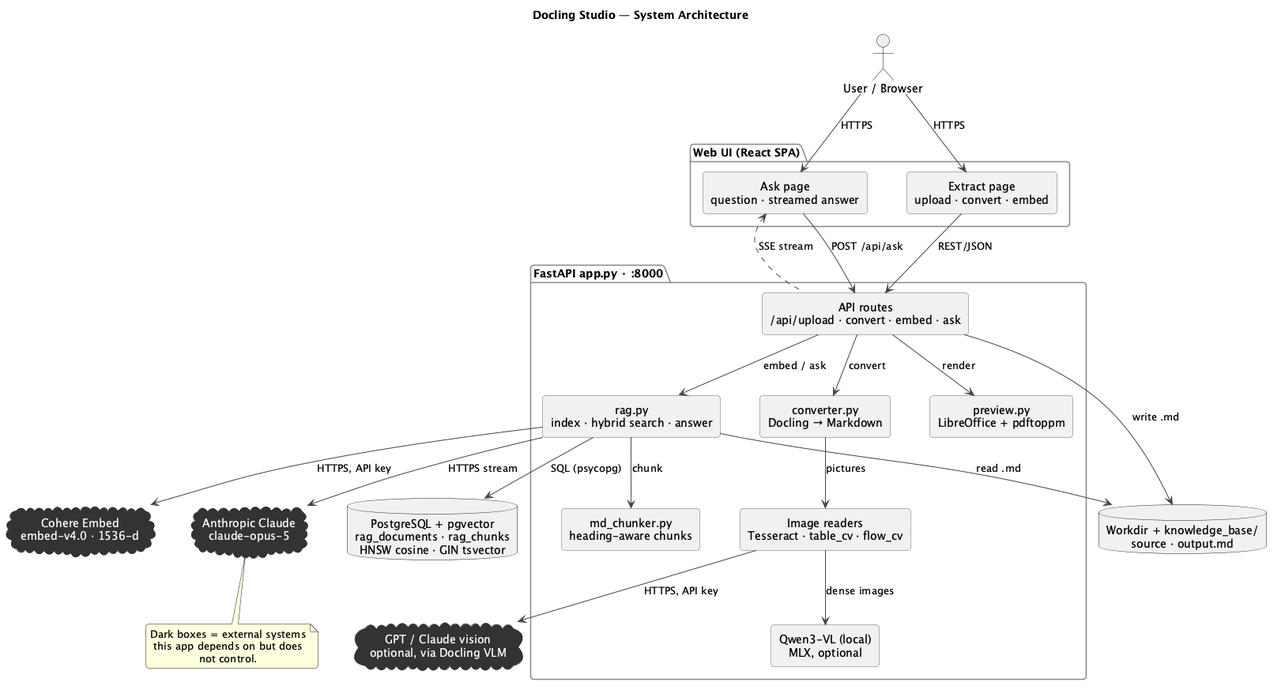
This is docs/system-diagram.png from spalanivelu1989/docling-studio, a PlantUML export, as it was before one commit.
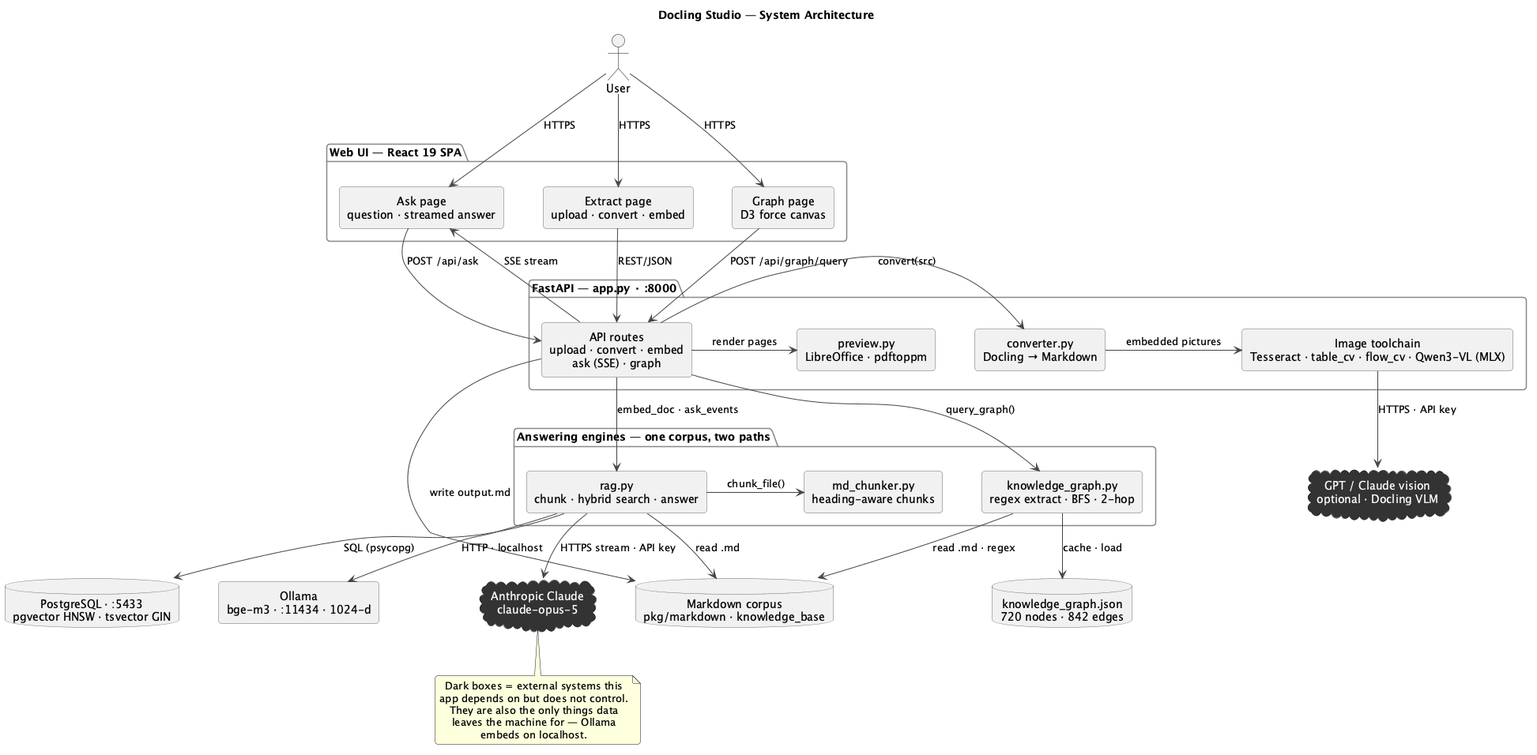
Later version of the same file.

Diff of the diagram source:
```diff
@@ -15,60 +15,78 @@
   FontColor #FFFFFF
   BorderColor #111111
 }
+skinparam database {
+  BorderColor #666666
+}
 skinparam package {
   BorderColor #888888
   FontStyle bold
 }
 skinparam ArrowColor #444444
 
-actor "User / Browser" as User
+actor "User" as User
 
-package "Web UI (React SPA)" {
-  rectangle "Extract page\nupload · convert · embed" as Extract
-  rectangle "Ask page\nquestion · streamed answer" as Ask
+package "Web UI — React 19 SPA" {
+  rectangle "Extract page\nupload · convert · embed" as EXTRACT
+  rectangle "Ask page\nquestion · streamed answer" as ASK
+  rectangle "Graph page\nD3 force canvas" as GRAPHUI
 }
 
-package "FastAPI app.py · :8000" {
-  rectangle "API routes\n/api/upload · convert · embed · ask" as API
-  rectangle "preview.py\nLibreOffice + pdftoppm" as Preview
-  rectangle "converter.py\nDocling → Markdown" as Converter
-  rectangle "Image readers\nTesseract · table_cv · flow_cv" as Readers
-  rectangle "Qwen3-VL (local)\nMLX, optional" as Qwen
-  rectangle "rag.py\nindex · hybrid search · answer" as RAG
-  rectangle "md_chunker.py\nheading-aware chunks" as Chunker
+package "FastAPI — app.py · :8000" {
+  rectangle "API routes\nupload · convert · embed\nask (SSE) · graph" as API
+  rectangle "preview.py\nLibreOffice · pdftoppm" as PREVIEW
+  rectangle "converter.py\nDocling → Markdown" as CONV
+  rectangle "Image toolchain\nTesseract · table_cv · flow_cv · Qwen3-VL (MLX)" as READ
 }
 
-database "Workdir + knowledge_base/\nsource · output.md" as Files
-database "PostgreSQL + pgvector\nrag_documents · rag_chunks\nHNSW cosine · GIN tsvector" as PG
+package "Answering engines — one corpus, two paths" {
+  rectangle "rag.py\nchunk · hybrid search · answer" as RAG
+  rectangle "md_chunker.py\nheading-aware chunks" as CHUNK
+  rectangle "knowledge_graph.py\nregex extract · BFS · 2-hop" as KG
+}
 
-cloud "GPT / Claude vision\noptional, via Docling VLM" as VLM
-cloud "Cohere Embed\nembed-v4.0 · 1536-d" as Cohere
-cloud "Anthropic Claude\nclaude-opus-5" as Claude
+database "Markdown corpus\npkg/markdown · knowledge_base" as FILES
+database "PostgreSQL · :5433\npgvector HNSW · tsvector GIN" as PG
+database "knowledge_graph.json\n720 nodes · 842 edges" as KGJSON
 
-User -down-> Extract : HTTPS
-User -down-> Ask : HTTPS
-Extract -down-> API : REST/JSON
-Ask -down-> API : POST /api/ask
-API .up.> Ask : SSE stream
+rectangle "Ollama\nbge-m3 · :11434 · 1024-d" as OLLAMA
 
-API -down-> Preview : render
-API -down-> Converter : convert
-Converter -down-> Readers : pictures
-Readers -down-> Qwen : dense images
-Readers -down-> VLM : HTTPS, API key
-API -down-> Files : write .md
+cloud "Anthropic Claude\nclaude-opus-5" as CLAUDE
+cloud "GPT / Claude vision\noptional · Docling VLM" as VLM
 
-API -down-> RAG : embed / ask
-RAG -down-> Files : read .md
-RAG -down-> Chunker : chunk
-RAG -down-> Cohere : HTTPS, API key
+User -down-> EXTRACT : HTTPS
+User -down-> ASK : HTTPS
+User -down-> GRAPHUI : HTTPS
+
+EXTRACT -down-> API : REST/JSON
+ASK -down-> API : POST /api/ask
+API -up-> ASK : SSE stream
+GRAPHUI -down-> API : POST /api/graph/query
+
+API -right-> PREVIEW : render pages
+API -right-> CONV : convert(src)
+CONV -right-> READ : embedded pictures
+READ -down-> VLM : HTTPS · API key
+API -down-> FILES : write output.md
+
+API -down-> RAG : embed_doc · ask_events
+API -down-> KG : query_graph()
+
+RAG -right-> CHUNK : chunk_file()
+RAG -down-> FILES : read .md
+RAG -down-> OLLAMA : HTTP · localhost
 RAG -down-> PG : SQL (psycopg)
-RAG -down-> Claude : HTTPS stream
+RAG -down-> CLAUDE : HTTPS stream · API key
 
-note bottom of Claude
-  Dark boxes = external systems
-  this app depends on but does
-  not control.
+KG -down-> FILES : read .md · regex
+KG -down-> KGJSON : cache · load
+
+note bottom of CLAUDE
+  Dark boxes = external systems this
+  app depends on but does not control.
+  They are also the only things data
+  leaves the machine for — Ollama
+  embeds on localhost.
 end note
 
 @enduml
```
